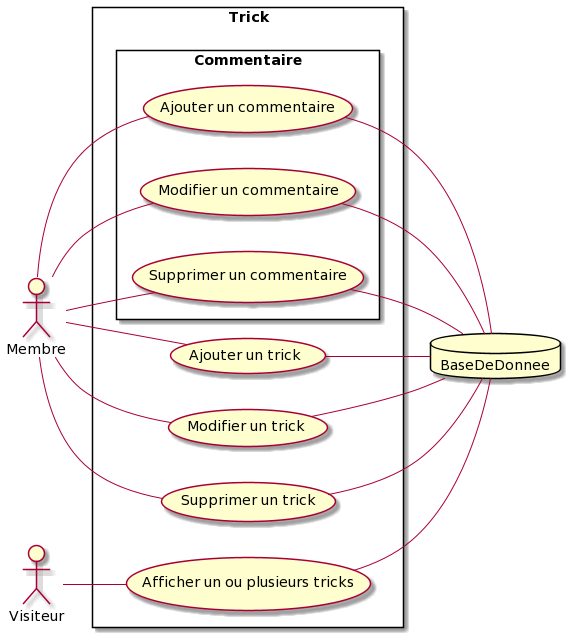
The PlantUML diagram diagrammes/diagramme_utilisation_trick.png in Maxime22/snowtricks, before a commit. Source of this version:
```plantuml
@startuml
left to right direction
skinparam packageStyle rectangle
actor Membre
actor Visiteur
actor Membre
database BaseDeDonnee
rectangle Trick {
  Membre -- (Ajouter un trick)
  (Ajouter un trick) -- BaseDeDonnee
  Membre -- (Modifier un trick)
  (Modifier un trick) -- BaseDeDonnee
  Membre -- (Supprimer un trick)
  (Supprimer un trick) -- BaseDeDonnee
  Visiteur -- (Afficher un ou plusieurs tricks)
  (Afficher un ou plusieurs tricks) -- BaseDeDonnee
  package Commentaire {
    Membre -- (Ajouter un commentaire)
    (Ajouter un commentaire) -- BaseDeDonnee
    Membre -- (Modifier un commentaire)
    (Modifier un commentaire) -- BaseDeDonnee
    Membre -- (Supprimer un commentaire)
    (Supprimer un commentaire) -- BaseDeDonnee
  }
}
@enduml
```
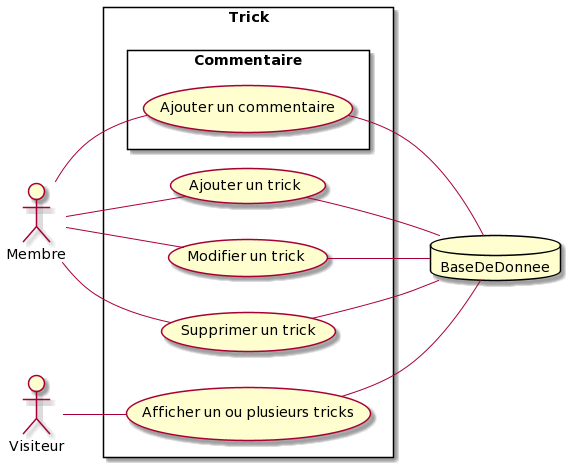
Above is the later version.

The edit, as a diff of the source:
```diff
@@ -3,7 +3,6 @@
 skinparam packageStyle rectangle
 actor Membre
 actor Visiteur
-actor Membre
 database BaseDeDonnee
 rectangle Trick {
   Membre -- (Ajouter un trick)
@@ -17,10 +16,6 @@
   package Commentaire {
     Membre -- (Ajouter un commentaire)
     (Ajouter un commentaire) -- BaseDeDonnee
-    Membre -- (Modifier un commentaire)
-    (Modifier un commentaire) -- BaseDeDonnee
-    Membre -- (Supprimer un commentaire)
-    (Supprimer un commentaire) -- BaseDeDonnee
   }
 }
 @enduml
```
